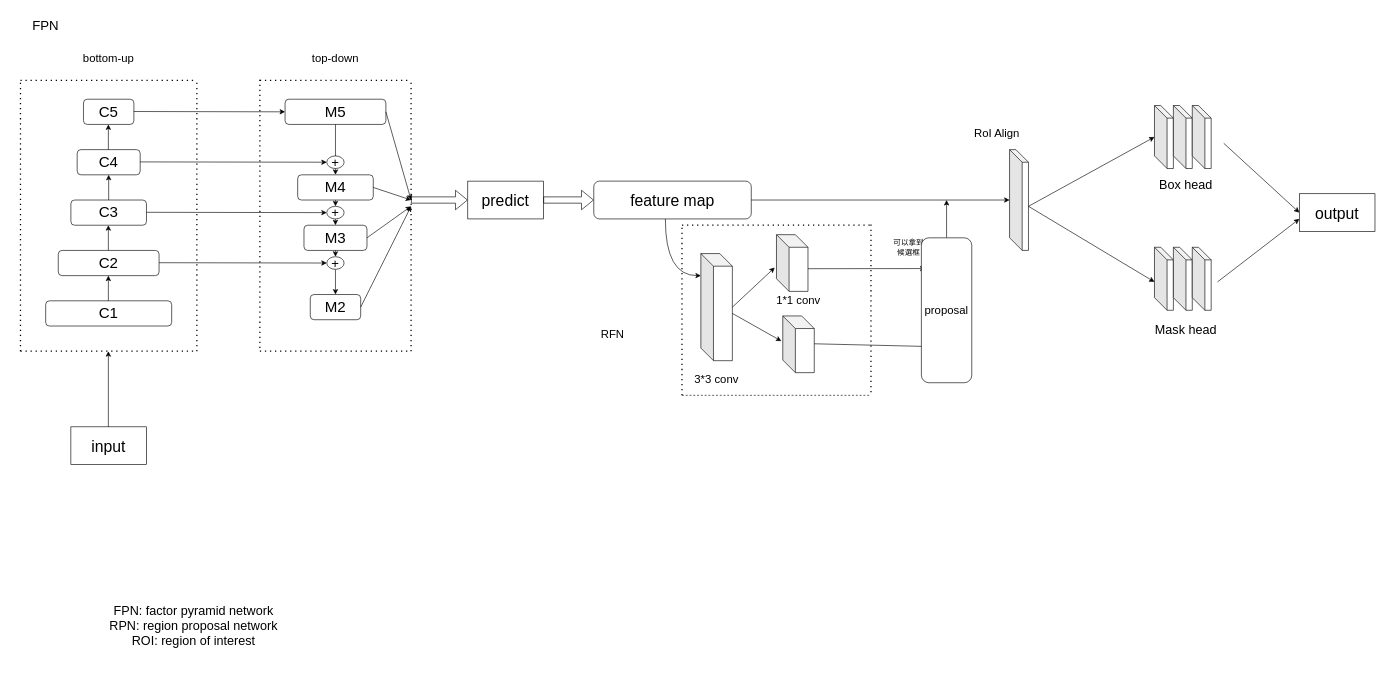
Before: maskrcnn.drawio in ahow6552/instance_segmentation, a draw.io diagram. Source tidied: cells renumbered, new cells numbered last; positions are measured from the earlier drawing's top-left corner, leaving out a move shared by most shapes. Both pictures are drawn from the tidied source at 63%, with x=0, y=0 at pixel (20, 11).
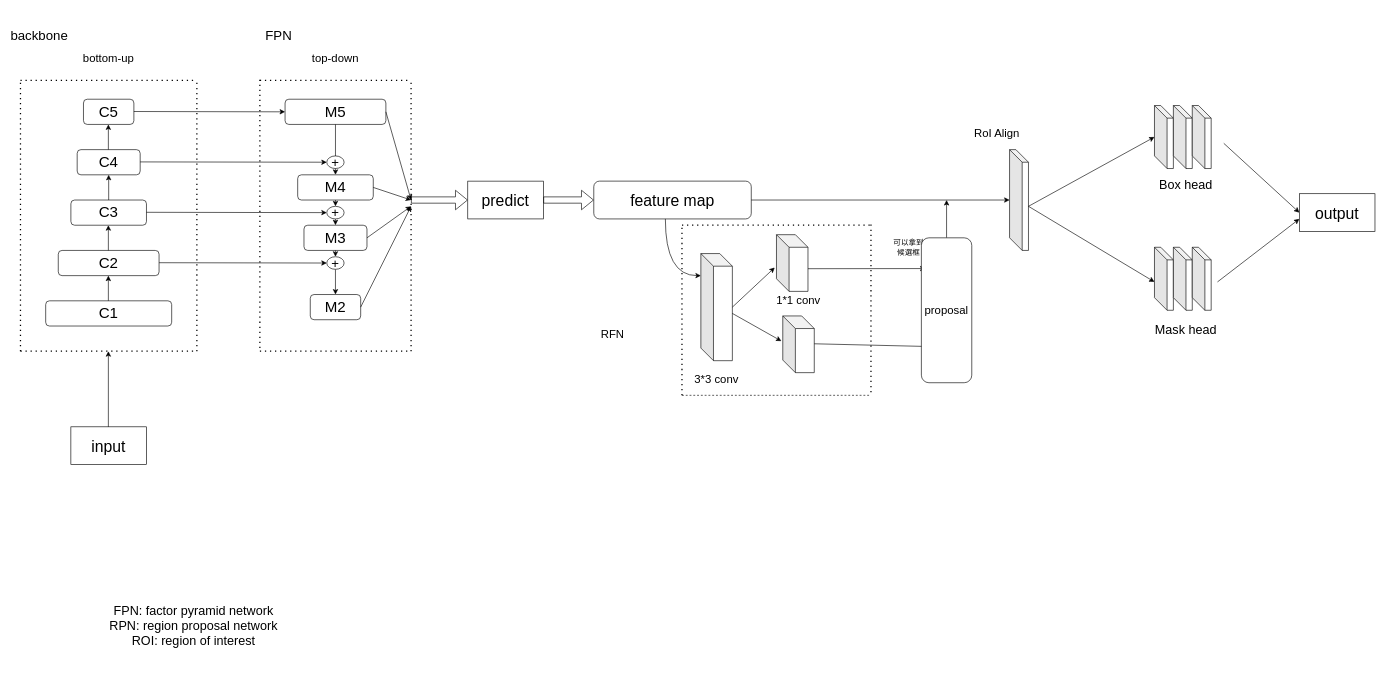
Above is the later version.

What changed in the source:
```diff
@@
     <mxCell id="37" value="&lt;font style=&quot;font-size: 21px;&quot;&gt;FPN&lt;/font&gt;" style="text;html=1;whiteSpace=wrap;strokeColor=none;fillColor=none;align=center;verticalAlign=middle;rounded=0;" parent="1" vertex="1">
-      <mxGeometry width="80" height="45" as="geometry" />
+      <mxGeometry x="370" y="15" width="80" height="45" as="geometry" />
     </mxCell>
@@
+    <mxCell id="83" value="&lt;font style=&quot;font-size: 21px;&quot;&gt;backbone&lt;/font&gt;" style="text;html=1;whiteSpace=wrap;strokeColor=none;fillColor=none;align=center;verticalAlign=middle;rounded=0;" parent="1" vertex="1">
+      <mxGeometry x="-10" y="15" width="80" height="45" as="geometry" />
+    </mxCell>
```
